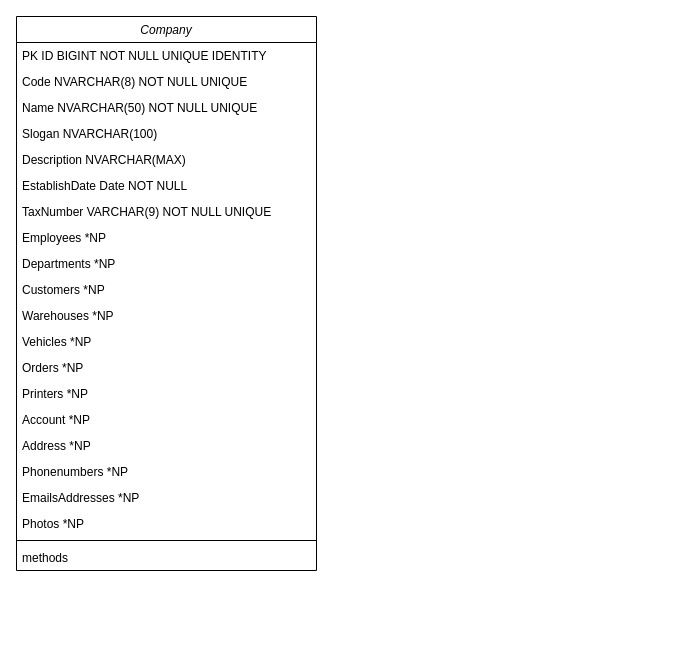
mjalbdour/mini_invoicer keeps this draw.io diagram as resources/diagrams/Class_Diagram.drawio. Above is the earlier version. Source tidied: cells renumbered, new cells numbered last; positions are measured from the earlier drawing's top-left corner, leaving out a move shared by most shapes. Both pictures are drawn from the tidied source at 100%, with x=0, y=0 at pixel (16, 16).
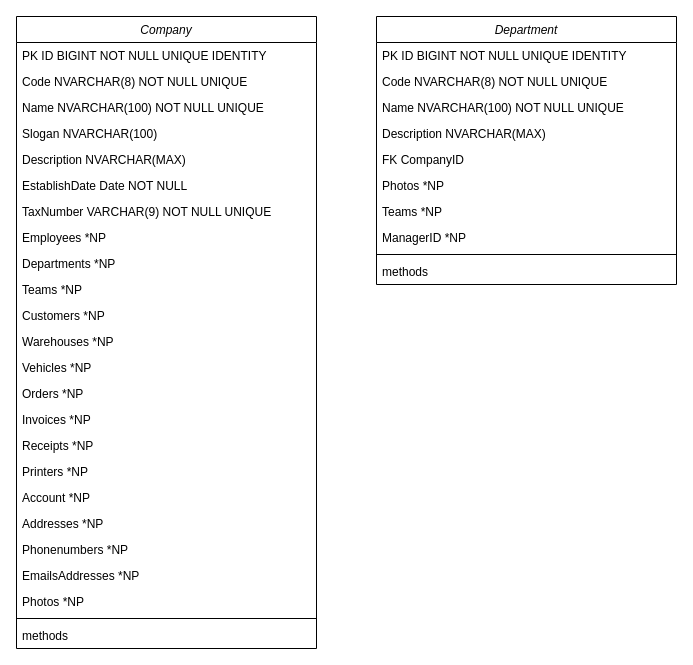
Above is the later version.

Commit message:
added Department class

What changed in the source:
```diff
@@
     <mxCell id="2" value="Company" style="swimlane;fontStyle=2;align=center;verticalAlign=top;horizontal=1;startSize=26;rounded=0;shadow=0;strokeWidth=1;" parent="1" vertex="1">
-      <mxGeometry width="300" height="554" as="geometry" />
+      <mxGeometry width="300" height="632" as="geometry" />
     </mxCell>
@@
-    <mxCell id="5" value="Name NVARCHAR(50) NOT NULL UNIQUE" style="text;align=left;verticalAlign=top;spacingLeft=4;spacingRight=4;overflow=hidden;" parent="2" vertex="1">
+    <mxCell id="5" value="Name NVARCHAR(100) NOT NULL UNIQUE" style="text;align=left;verticalAlign=top;spacingLeft=4;spacingRight=4;overflow=hidden;" parent="2" vertex="1">
       <mxGeometry y="78" width="300" height="26" as="geometry" />
     </mxCell>
@@
+    <mxCell id="24" value="Teams *NP" style="text;align=left;verticalAlign=top;spacingLeft=4;spacingRight=4;overflow=hidden;rounded=0;shadow=0;html=0;" parent="2" vertex="1">
+      <mxGeometry y="260" width="300" height="26" as="geometry" />
+    </mxCell>
     <mxCell id="12" value="Customers *NP" style="text;align=left;verticalAlign=top;spacingLeft=4;spacingRight=4;overflow=hidden;rounded=0;shadow=0;html=0;" parent="2" vertex="1">
-      <mxGeometry y="260" width="300" height="26" as="geometry" />
+      <mxGeometry y="286" width="300" height="26" as="geometry" />
     </mxCell>
     <mxCell id="13" value="Warehouses *NP" style="text;align=left;verticalAlign=top;spacingLeft=4;spacingRight=4;overflow=hidden;rounded=0;shadow=0;html=0;" parent="2" vertex="1">
-      <mxGeometry y="286" width="300" height="26" as="geometry" />
+      <mxGeometry y="312" width="300" height="26" as="geometry" />
     </mxCell>
     <mxCell id="14" value="Vehicles *NP" style="text;align=left;verticalAlign=top;spacingLeft=4;spacingRight=4;overflow=hidden;rounded=0;shadow=0;html=0;" parent="2" vertex="1">
-      <mxGeometry y="312" width="300" height="26" as="geometry" />
+      <mxGeometry y="338" width="300" height="26" as="geometry" />
     </mxCell>
     <mxCell id="15" value="Orders *NP" style="text;align=left;verticalAlign=top;spacingLeft=4;spacingRight=4;overflow=hidden;rounded=0;shadow=0;html=0;" parent="2" vertex="1">
-      <mxGeometry y="338" width="300" height="26" as="geometry" />
+      <mxGeometry y="364" width="300" height="26" as="geometry" />
     </mxCell>
+    <mxCell id="25" value="Invoices *NP" style="text;align=left;verticalAlign=top;spacingLeft=4;spacingRight=4;overflow=hidden;rounded=0;shadow=0;html=0;" parent="2" vertex="1">
+      <mxGeometry y="390" width="300" height="26" as="geometry" />
+    </mxCell>
+    <mxCell id="26" value="Receipts *NP" style="text;align=left;verticalAlign=top;spacingLeft=4;spacingRight=4;overflow=hidden;rounded=0;shadow=0;html=0;" parent="2" vertex="1">
+      <mxGeometry y="416" width="300" height="26" as="geometry" />
+    </mxCell>
     <mxCell id="16" value="Printers *NP" style="text;align=left;verticalAlign=top;spacingLeft=4;spacingRight=4;overflow=hidden;rounded=0;shadow=0;html=0;" parent="2" vertex="1">
-      <mxGeometry y="364" width="300" height="26" as="geometry" />
+      <mxGeometry y="442" width="300" height="26" as="geometry" />
     </mxCell>
     <mxCell id="17" value="Account *NP" style="text;align=left;verticalAlign=top;spacingLeft=4;spacingRight=4;overflow=hidden;rounded=0;shadow=0;html=0;" parent="2" vertex="1">
-      <mxGeometry y="390" width="300" height="26" as="geometry" />
+      <mxGeometry y="468" width="300" height="26" as="geometry" />
     </mxCell>
-    <mxCell id="18" value="Address *NP" style="text;align=left;verticalAlign=top;spacingLeft=4;spacingRight=4;overflow=hidden;" parent="2" vertex="1">
-      <mxGeometry y="416" width="300" height="26" as="geometry" />
+    <mxCell id="18" value="Addresses *NP" style="text;align=left;verticalAlign=top;spacingLeft=4;spacingRight=4;overflow=hidden;" parent="2" vertex="1">
+      <mxGeometry y="494" width="300" height="26" as="geometry" />
     </mxCell>
     <mxCell id="19" value="Phonenumbers *NP" style="text;align=left;verticalAlign=top;spacingLeft=4;spacingRight=4;overflow=hidden;rounded=0;shadow=0;html=0;" parent="2" vertex="1">
-      <mxGeometry y="442" width="300" height="26" as="geometry" />
+      <mxGeometry y="520" width="300" height="26" as="geometry" />
     </mxCell>
     <mxCell id="20" value="EmailsAddresses *NP" style="text;align=left;verticalAlign=top;spacingLeft=4;spacingRight=4;overflow=hidden;rounded=0;shadow=0;html=0;" parent="2" vertex="1">
-      <mxGeometry y="468" width="300" height="26" as="geometry" />
+      <mxGeometry y="546" width="300" height="26" as="geometry" />
     </mxCell>
     <mxCell id="21" value="Photos *NP" style="text;align=left;verticalAlign=top;spacingLeft=4;spacingRight=4;overflow=hidden;" parent="2" vertex="1">
-      <mxGeometry y="494" width="300" height="26" as="geometry" />
+      <mxGeometry y="572" width="300" height="26" as="geometry" />
     </mxCell>
     <mxCell id="22" style="line;html=1;strokeWidth=1;align=left;verticalAlign=middle;spacingTop=-1;spacingLeft=3;spacingRight=3;labelPosition=right;" parent="2" vertex="1">
-      <mxGeometry y="520" width="300" height="8" as="geometry" />
+      <mxGeometry y="598" width="300" height="8" as="geometry" />
     </mxCell>
     <mxCell id="23" value="methods" style="text;align=left;verticalAlign=top;spacingLeft=4;spacingRight=4;overflow=hidden;" parent="2" vertex="1">
-      <mxGeometry y="528" width="300" height="26" as="geometry" />
+      <mxGeometry y="606" width="300" height="26" as="geometry" />
     </mxCell>
+    <mxCell id="27" value="Department" style="swimlane;fontStyle=2;align=center;verticalAlign=top;horizontal=1;startSize=26;rounded=0;shadow=0;strokeWidth=1;" parent="1" vertex="1">
+      <mxGeometry x="360" width="300" height="268" as="geometry" />
+    </mxCell>
+    <mxCell id="28" value="PK ID BIGINT NOT NULL UNIQUE IDENTITY" style="text;align=left;verticalAlign=top;spacingLeft=4;spacingRight=4;overflow=hidden;" parent="27" vertex="1">
+      <mxGeometry y="26" width="300" height="26" as="geometry" />
+    </mxCell>
+    <mxCell id="29" value="Code NVARCHAR(8) NOT NULL UNIQUE" style="text;align=left;verticalAlign=top;spacingLeft=4;spacingRight=4;overflow=hidden;rounded=0;shadow=0;html=0;" parent="27" vertex="1">
+      <mxGeometry y="52" width="300" height="26" as="geometry" />
+    </mxCell>
+    <mxCell id="30" value="Name NVARCHAR(100) NOT NULL UNIQUE" style="text;align=left;verticalAlign=top;spacingLeft=4;spacingRight=4;overflow=hidden;rounded=0;shadow=0;html=0;" parent="27" vertex="1">
+      <mxGeometry y="78" width="300" height="26" as="geometry" />
+    </mxCell>
+    <mxCell id="31" value="Description NVARCHAR(MAX)" style="text;align=left;verticalAlign=top;spacingLeft=4;spacingRight=4;overflow=hidden;rounded=0;shadow=0;html=0;" parent="27" vertex="1">
+      <mxGeometry y="104" width="300" height="26" as="geometry" />
+    </mxCell>
+    <mxCell id="32" value="FK CompanyID" style="text;align=left;verticalAlign=top;spacingLeft=4;spacingRight=4;overflow=hidden;rounded=0;shadow=0;html=0;" parent="27" vertex="1">
+      <mxGeometry y="130" width="300" height="26" as="geometry" />
+    </mxCell>
+    <mxCell id="33" value="Photos *NP" style="text;align=left;verticalAlign=top;spacingLeft=4;spacingRight=4;overflow=hidden;rounded=0;shadow=0;html=0;" parent="27" vertex="1">
+      <mxGeometry y="156" width="300" height="26" as="geometry" />
+    </mxCell>
+    <mxCell id="34" value="Teams *NP" style="text;align=left;verticalAlign=top;spacingLeft=4;spacingRight=4;overflow=hidden;rounded=0;shadow=0;html=0;" parent="27" vertex="1">
+      <mxGeometry y="182" width="300" height="26" as="geometry" />
+    </mxCell>
+    <mxCell id="35" value="ManagerID *NP" style="text;align=left;verticalAlign=top;spacingLeft=4;spacingRight=4;overflow=hidden;rounded=0;shadow=0;html=0;" parent="27" vertex="1">
+      <mxGeometry y="208" width="300" height="26" as="geometry" />
+    </mxCell>
+    <mxCell id="36" style="line;html=1;strokeWidth=1;align=left;verticalAlign=middle;spacingTop=-1;spacingLeft=3;spacingRight=3;labelPosition=right;" parent="27" vertex="1">
+      <mxGeometry y="234" width="300" height="8" as="geometry" />
+    </mxCell>
+    <mxCell id="37" value="methods" style="text;align=left;verticalAlign=top;spacingLeft=4;spacingRight=4;overflow=hidden;" parent="27" vertex="1">
+      <mxGeometry y="242" width="300" height="26" as="geometry" />
+    </mxCell>
```
